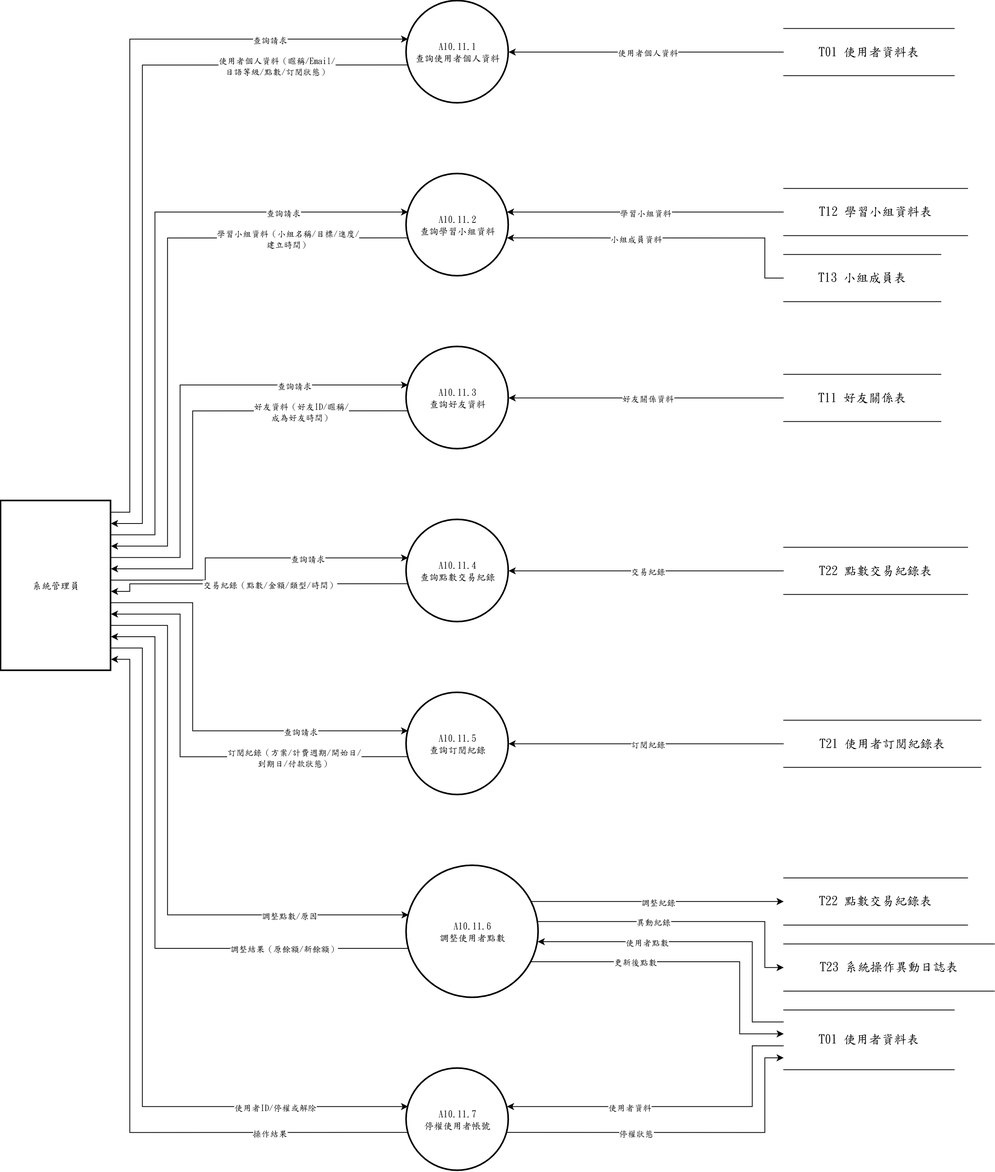
The draw.io diagram 系統文件/第6章/DFD圖/圖10/新/圖10.11.drawio.png in s22452007/115502, before a commit. Source tidied: cells renumbered, new cells last; positions are measured from the earlier drawing's top-left corner, leaving out a move shared by most shapes.
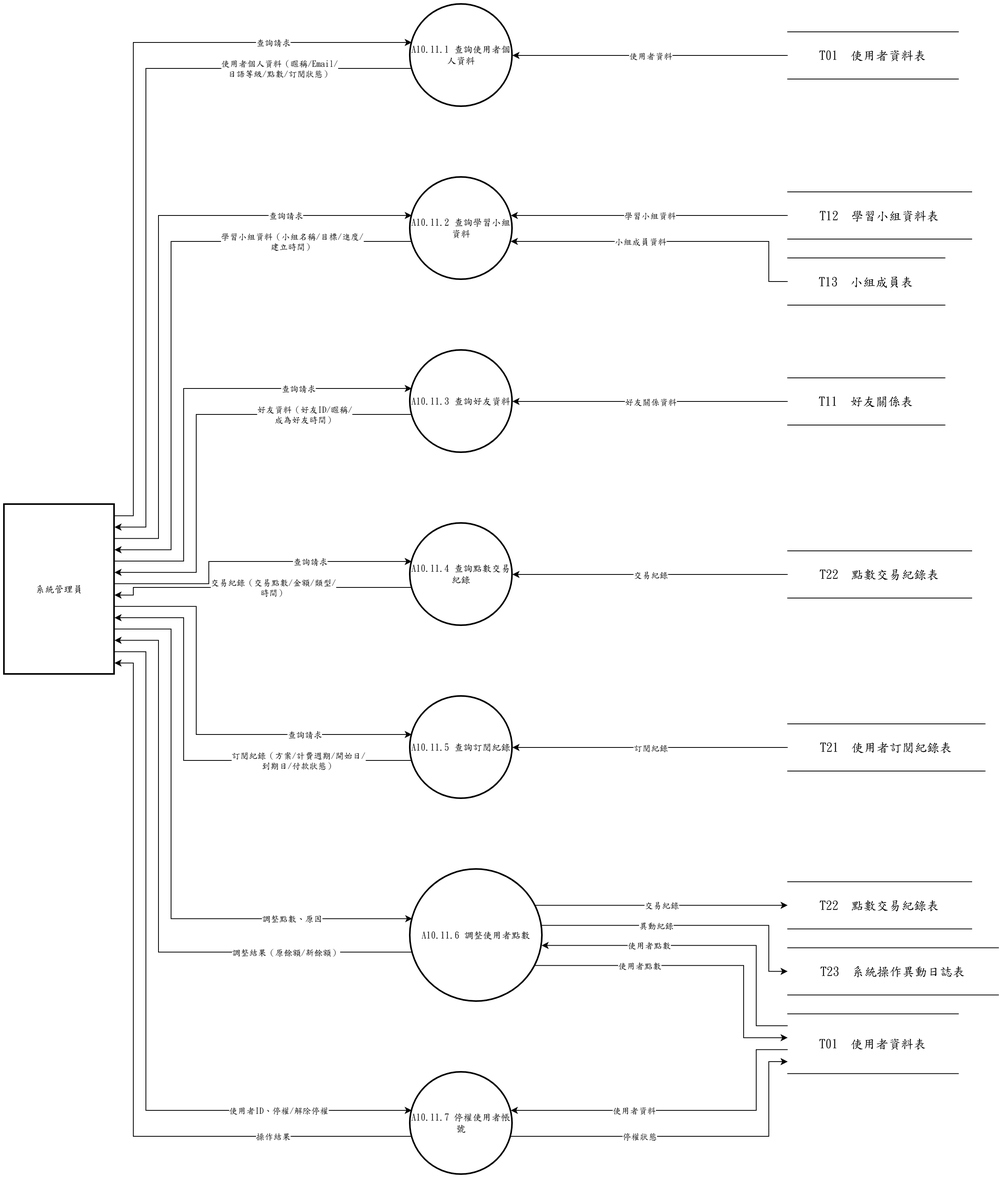
Above is the later version.

The edit, as a diff of the source:
```diff
@@ -2,55 +2,55 @@
   <root>
     <mxCell id="0" />
     <mxCell id="1" parent="0" />
-    <mxCell id="2" value="A10.11.1&lt;br&gt;查詢使用者個人資料" style="ellipse;strokeWidth=2;whiteSpace=wrap;html=1;fontFamily=標楷體;" parent="1" vertex="1">
+    <mxCell id="2" value="A10.11.1 查詢使用者個人資料" style="ellipse;strokeWidth=2;whiteSpace=wrap;html=1;fontFamily=標楷體;" parent="1" vertex="1">
       <mxGeometry x="516" width="130" height="130" as="geometry" />
     </mxCell>
-    <mxCell id="3" value="A10.11.2&lt;br&gt;查詢學習小組資料" style="ellipse;strokeWidth=2;whiteSpace=wrap;html=1;fontFamily=標楷體;" parent="1" vertex="1">
+    <mxCell id="3" value="A10.11.2 查詢學習小組資料" style="ellipse;strokeWidth=2;whiteSpace=wrap;html=1;fontFamily=標楷體;" parent="1" vertex="1">
       <mxGeometry x="516" y="220" width="130" height="130" as="geometry" />
     </mxCell>
-    <mxCell id="4" value="A10.11.3&lt;br&gt;查詢好友資料" style="ellipse;strokeWidth=2;whiteSpace=wrap;html=1;fontFamily=標楷體;" parent="1" vertex="1">
+    <mxCell id="4" value="A10.11.3 查詢好友資料" style="ellipse;strokeWidth=2;whiteSpace=wrap;html=1;fontFamily=標楷體;" parent="1" vertex="1">
       <mxGeometry x="516" y="440" width="130" height="130" as="geometry" />
     </mxCell>
-    <mxCell id="5" value="A10.11.4&lt;br&gt;查詢點數交易紀錄" style="ellipse;strokeWidth=2;whiteSpace=wrap;html=1;fontFamily=標楷體;" parent="1" vertex="1">
+    <mxCell id="5" value="A10.11.4 查詢點數交易紀錄" style="ellipse;strokeWidth=2;whiteSpace=wrap;html=1;fontFamily=標楷體;" parent="1" vertex="1">
       <mxGeometry x="516" y="660" width="130" height="130" as="geometry" />
     </mxCell>
-    <mxCell id="6" value="A10.11.5&lt;br&gt;查詢訂閱紀錄" style="ellipse;strokeWidth=2;whiteSpace=wrap;html=1;fontFamily=標楷體;" parent="1" vertex="1">
+    <mxCell id="6" value="A10.11.5 查詢訂閱紀錄" style="ellipse;strokeWidth=2;whiteSpace=wrap;html=1;fontFamily=標楷體;" parent="1" vertex="1">
       <mxGeometry x="516" y="880" width="130" height="130" as="geometry" />
     </mxCell>
-    <mxCell id="7" value="A10.11.6&lt;br&gt;調整使用者點數" style="ellipse;strokeWidth=2;whiteSpace=wrap;html=1;fontFamily=標楷體;" parent="1" vertex="1">
+    <mxCell id="7" value="A10.11.6 調整使用者點數" style="ellipse;strokeWidth=2;whiteSpace=wrap;html=1;fontFamily=標楷體;" parent="1" vertex="1">
       <mxGeometry x="516" y="1100" width="168" height="168" as="geometry" />
     </mxCell>
-    <mxCell id="8" value="A10.11.7&lt;br&gt;停權使用者帳號" style="ellipse;strokeWidth=2;whiteSpace=wrap;html=1;fontFamily=標楷體;" parent="1" vertex="1">
+    <mxCell id="8" value="A10.11.7 停權使用者帳號" style="ellipse;strokeWidth=2;whiteSpace=wrap;html=1;fontFamily=標楷體;" parent="1" vertex="1">
       <mxGeometry x="516" y="1358" width="130" height="130" as="geometry" />
     </mxCell>
     <mxCell id="9" value="系統管理員" style="whiteSpace=wrap;strokeWidth=2;html=1;fontFamily=標楷體;" parent="1" vertex="1">
       <mxGeometry y="636" width="140" height="216" as="geometry" />
     </mxCell>
-    <mxCell id="10" value="&lt;span lang=&quot;EN-US&quot; style=&quot;font-size: 12pt;&quot;&gt;T01&amp;nbsp;&lt;/span&gt;&lt;span style=&quot;font-size: 12pt;&quot;&gt;使用者資料表&lt;/span&gt;" style="shape=partialRectangle;whiteSpace=wrap;html=1;left=0;right=0;fontFamily=標楷體;fontSize=16;" parent="1" vertex="1">
+    <mxCell id="10" value="T01  使用者資料表" style="shape=partialRectangle;whiteSpace=wrap;html=1;left=0;right=0;fontFamily=標楷體;fontSize=16;" parent="1" vertex="1">
       <mxGeometry x="996" y="35" width="217" height="60" as="geometry" />
     </mxCell>
-    <mxCell id="11" value="&lt;span lang=&quot;EN-US&quot; style=&quot;font-size: 12pt;&quot;&gt;T12&amp;nbsp;&lt;/span&gt;&lt;span style=&quot;font-size: 12pt;&quot;&gt;學習小組資料表&lt;/span&gt;" style="shape=partialRectangle;whiteSpace=wrap;html=1;left=0;right=0;fontFamily=標楷體;fontSize=16;" parent="1" vertex="1">
+    <mxCell id="11" value="T12  學習小組資料表" style="shape=partialRectangle;whiteSpace=wrap;html=1;left=0;right=0;fontFamily=標楷體;fontSize=16;" parent="1" vertex="1">
       <mxGeometry x="996" y="238.5" width="234" height="60" as="geometry" />
     </mxCell>
-    <mxCell id="12" value="&lt;span lang=&quot;EN-US&quot; style=&quot;font-size: 12pt;&quot;&gt;T13&amp;nbsp;&lt;/span&gt;&lt;span style=&quot;font-size: 12pt;&quot;&gt;小組成員表&lt;/span&gt;" style="shape=partialRectangle;whiteSpace=wrap;html=1;left=0;right=0;fontFamily=標楷體;fontSize=16;" parent="1" vertex="1">
+    <mxCell id="12" value="T13  小組成員表" style="shape=partialRectangle;whiteSpace=wrap;html=1;left=0;right=0;fontFamily=標楷體;fontSize=16;" parent="1" vertex="1">
       <mxGeometry x="996" y="322.5" width="200" height="60" as="geometry" />
     </mxCell>
-    <mxCell id="13" value="&lt;span lang=&quot;EN-US&quot; style=&quot;font-size: 12pt;&quot;&gt;T11&amp;nbsp;&lt;/span&gt;&lt;span style=&quot;font-size: 12pt;&quot;&gt;好友關係表&lt;/span&gt;" style="shape=partialRectangle;whiteSpace=wrap;html=1;left=0;right=0;fontFamily=標楷體;fontSize=16;" parent="1" vertex="1">
+    <mxCell id="13" value="T11  好友關係表" style="shape=partialRectangle;whiteSpace=wrap;html=1;left=0;right=0;fontFamily=標楷體;fontSize=16;" parent="1" vertex="1">
       <mxGeometry x="996" y="475" width="200" height="60" as="geometry" />
     </mxCell>
-    <mxCell id="14" value="&lt;span lang=&quot;EN-US&quot; style=&quot;font-size: 12pt;&quot;&gt;T22&amp;nbsp;&lt;/span&gt;&lt;span style=&quot;font-size: 12pt;&quot;&gt;點數交易紀錄表&lt;/span&gt;" style="shape=partialRectangle;whiteSpace=wrap;html=1;left=0;right=0;fontFamily=標楷體;fontSize=16;" parent="1" vertex="1">
+    <mxCell id="14" value="T22  點數交易紀錄表" style="shape=partialRectangle;whiteSpace=wrap;html=1;left=0;right=0;fontFamily=標楷體;fontSize=16;" parent="1" vertex="1">
       <mxGeometry x="996" y="695" width="234" height="60" as="geometry" />
     </mxCell>
-    <mxCell id="15" value="&lt;span lang=&quot;EN-US&quot; style=&quot;font-size: 12pt;&quot;&gt;T21&amp;nbsp;&lt;/span&gt;&lt;span style=&quot;font-size: 12pt;&quot;&gt;使用者訂閱紀錄表&lt;/span&gt;" style="shape=partialRectangle;whiteSpace=wrap;html=1;left=0;right=0;fontFamily=標楷體;fontSize=16;" parent="1" vertex="1">
+    <mxCell id="15" value="T21  使用者訂閱紀錄表" style="shape=partialRectangle;whiteSpace=wrap;html=1;left=0;right=0;fontFamily=標楷體;fontSize=16;" parent="1" vertex="1">
       <mxGeometry x="996" y="915" width="251" height="60" as="geometry" />
     </mxCell>
-    <mxCell id="16" value="&lt;span lang=&quot;EN-US&quot; style=&quot;font-size: 12pt;&quot;&gt;T22&amp;nbsp;&lt;/span&gt;&lt;span style=&quot;font-size: 12pt;&quot;&gt;點數交易紀錄表&lt;/span&gt;" style="shape=partialRectangle;whiteSpace=wrap;html=1;left=0;right=0;fontFamily=標楷體;fontSize=16;" parent="1" vertex="1">
+    <mxCell id="16" value="T22  點數交易紀錄表" style="shape=partialRectangle;whiteSpace=wrap;html=1;left=0;right=0;fontFamily=標楷體;fontSize=16;" parent="1" vertex="1">
       <mxGeometry x="996" y="1115.7" width="234" height="60" as="geometry" />
     </mxCell>
-    <mxCell id="17" value="&lt;span lang=&quot;EN-US&quot; style=&quot;font-size: 12pt;&quot;&gt;T23&amp;nbsp;&lt;/span&gt;&lt;span style=&quot;font-size: 12pt;&quot;&gt;系統操作異動日誌表&lt;/span&gt;" style="shape=partialRectangle;whiteSpace=wrap;html=1;left=0;right=0;fontFamily=標楷體;fontSize=16;" parent="1" vertex="1">
+    <mxCell id="17" value="T23  系統操作異動日誌表" style="shape=partialRectangle;whiteSpace=wrap;html=1;left=0;right=0;fontFamily=標楷體;fontSize=16;" parent="1" vertex="1">
       <mxGeometry x="996" y="1199.7" width="268" height="60" as="geometry" />
     </mxCell>
-    <mxCell id="18" value="&lt;span lang=&quot;EN-US&quot; style=&quot;font-size: 12pt;&quot;&gt;T01&amp;nbsp;&lt;/span&gt;&lt;span style=&quot;font-size: 12pt;&quot;&gt;使用者資料表&lt;/span&gt;" style="shape=partialRectangle;whiteSpace=wrap;html=1;left=0;right=0;fontFamily=標楷體;fontSize=16;" parent="1" vertex="1">
+    <mxCell id="18" value="T01  使用者資料表" style="shape=partialRectangle;whiteSpace=wrap;html=1;left=0;right=0;fontFamily=標楷體;fontSize=16;" parent="1" vertex="1">
       <mxGeometry x="996" y="1283.7" width="217" height="76" as="geometry" />
     </mxCell>
     <mxCell id="19" style="edgeStyle=none;rounded=0;html=1;fontFamily=標楷體;endArrow=classic;exitX=1.0000;exitY=0.0667;exitDx=0;exitDy=0;exitPerimeter=0;entryX=0.0163;entryY=0.3733;entryDx=0;entryDy=0;entryPerimeter=0;" parent="1" edge="1" source="9" target="2">
@@ -67,7 +67,7 @@
     <mxCell id="21" style="edgeStyle=none;rounded=0;html=1;fontFamily=標楷體;endArrow=classic;exitX=0.0000;exitY=0.5000;exitDx=0;exitDy=0;exitPerimeter=0;entryX=1.0000;entryY=0.5000;entryDx=0;entryDy=0;entryPerimeter=0;" parent="1" edge="1" source="10" target="2">
       <mxGeometry relative="1" as="geometry" />
     </mxCell>
-    <mxCell id="22" value="使用者個人資料" style="edgeLabel;html=1;align=center;verticalAlign=middle;fontFamily=標楷體;" parent="21" vertex="1">
+    <mxCell id="22" value="使用者資料" style="edgeLabel;html=1;align=center;verticalAlign=middle;fontFamily=標楷體;" parent="21" vertex="1">
       <mxGeometry relative="1" as="geometry" />
     </mxCell>
     <mxCell id="23" style="edgeStyle=none;rounded=0;html=1;fontFamily=標楷體;endArrow=classic;exitX=0.0163;exitY=0.6267;exitDx=0;exitDy=0;exitPerimeter=0;entryX=1.0000;entryY=0.1333;entryDx=0;entryDy=0;entryPerimeter=0;" parent="1" edge="1" source="2" target="9">
@@ -92,22 +92,22 @@
     <mxCell id="26" value="查詢請求" style="edgeLabel;html=1;align=center;verticalAlign=middle;fontFamily=標楷體;" parent="25" vertex="1">
       <mxGeometry x="0.59" relative="1" as="geometry" />
     </mxCell>
-    <mxCell id="27" style="edgeStyle=none;rounded=0;html=1;fontFamily=標楷體;endArrow=classic;exitX=0.0000;exitY=0.5000;exitDx=0;exitDy=0;exitPerimeter=0;entryX=0.9837;entryY=0.6267;entryDx=0;entryDy=0;entryPerimeter=0;" parent="1" edge="1" source="12" target="3">
-      <mxGeometry relative="1" as="geometry">
-        <Array as="points">
-          <mxPoint x="972" y="352.5" />
-          <mxPoint x="972" y="301.5" />
-        </Array>
-      </mxGeometry>
+    <mxCell id="27" style="edgeStyle=none;rounded=0;html=1;fontFamily=標楷體;endArrow=classic;exitX=0.0000;exitY=0.5000;exitDx=0;exitDy=0;exitPerimeter=0;entryX=0.9837;entryY=0.3733;entryDx=0;entryDy=0;entryPerimeter=0;" parent="1" edge="1" source="11" target="3">
+      <mxGeometry relative="1" as="geometry" />
     </mxCell>
-    <mxCell id="28" value="小組成員資料" style="edgeLabel;html=1;align=center;verticalAlign=middle;fontFamily=標楷體;" parent="27" vertex="1">
-      <mxGeometry x="0.19" relative="1" as="geometry" />
+    <mxCell id="28" value="學習小組資料" style="edgeLabel;html=1;align=center;verticalAlign=middle;fontFamily=標楷體;" parent="27" vertex="1">
+      <mxGeometry relative="1" as="geometry" />
     </mxCell>
-    <mxCell id="29" style="edgeStyle=none;rounded=0;html=1;fontFamily=標楷體;endArrow=classic;exitX=0.0000;exitY=0.5000;exitDx=0;exitDy=0;exitPerimeter=0;entryX=0.9837;entryY=0.3733;entryDx=0;entryDy=0;entryPerimeter=0;" parent="1" edge="1" source="11" target="3">
-      <mxGeometry relative="1" as="geometry" />
+    <mxCell id="29" style="edgeStyle=none;rounded=0;html=1;fontFamily=標楷體;endArrow=classic;exitX=0.0000;exitY=0.5000;exitDx=0;exitDy=0;exitPerimeter=0;entryX=0.9837;entryY=0.6267;entryDx=0;entryDy=0;entryPerimeter=0;" parent="1" edge="1" source="12" target="3">
+      <mxGeometry relative="1" as="geometry">
+        <Array as="points">
+          <mxPoint x="972" y="352.5" />
+          <mxPoint x="972" y="301.5" />
+        </Array>
+      </mxGeometry>
     </mxCell>
-    <mxCell id="30" value="學習小組資料" style="edgeLabel;html=1;align=center;verticalAlign=middle;fontFamily=標楷體;" parent="29" vertex="1">
-      <mxGeometry relative="1" as="geometry" />
+    <mxCell id="30" value="小組成員資料" style="edgeLabel;html=1;align=center;verticalAlign=middle;fontFamily=標楷體;" parent="29" vertex="1">
+      <mxGeometry x="0.19" relative="1" as="geometry" />
     </mxCell>
     <mxCell id="31" style="edgeStyle=none;rounded=0;html=1;fontFamily=標楷體;endArrow=classic;exitX=0.0163;exitY=0.6267;exitDx=0;exitDy=0;exitPerimeter=0;entryX=1.0000;entryY=0.2667;entryDx=0;entryDy=0;entryPerimeter=0;" parent="1" edge="1" source="3" target="9">
       <mxGeometry relative="1" as="geometry">
@@ -173,7 +173,7 @@
         </Array>
       </mxGeometry>
     </mxCell>
-    <mxCell id="44" value="交易紀錄（點數/金額/類型/時間）" style="edgeLabel;html=1;align=center;verticalAlign=middle;fontFamily=標楷體;" parent="43" vertex="1">
+    <mxCell id="44" value="交易紀錄（交易點數/金額/類型/&lt;br&gt;時間）" style="edgeLabel;html=1;align=center;verticalAlign=middle;fontFamily=標楷體;" parent="43" vertex="1">
       <mxGeometry x="-0.09" relative="1" as="geometry" />
     </mxCell>
     <mxCell id="45" style="edgeStyle=none;rounded=0;html=1;fontFamily=標楷體;endArrow=classic;exitX=1.0000;exitY=0.6000;exitDx=0;exitDy=0;exitPerimeter=0;entryX=0.0163;entryY=0.3733;entryDx=0;entryDy=0;entryPerimeter=0;" parent="1" edge="1" source="9" target="6">
@@ -212,7 +212,7 @@
         </Array>
       </mxGeometry>
     </mxCell>
-    <mxCell id="52" value="調整點數/原因" style="edgeLabel;html=1;align=center;verticalAlign=middle;fontFamily=標楷體;" parent="51" vertex="1">
+    <mxCell id="52" value="調整點數、原因" style="edgeLabel;html=1;align=center;verticalAlign=middle;fontFamily=標楷體;" parent="51" vertex="1">
       <mxGeometry x="0.59" relative="1" as="geometry" />
     </mxCell>
     <mxCell id="53" style="edgeStyle=none;rounded=0;html=1;fontFamily=標楷體;endArrow=classic;exitX=0.0000;exitY=0.2000;exitDx=0;exitDy=0;exitPerimeter=0;entryX=0.9942;entryY=0.5760;entryDx=0;entryDy=0;entryPerimeter=0;" parent="1" edge="1" source="18" target="7">
@@ -245,13 +245,13 @@
         </Array>
       </mxGeometry>
     </mxCell>
-    <mxCell id="58" value="更新後點數" style="edgeLabel;html=1;align=center;verticalAlign=middle;fontFamily=標楷體;" parent="57" vertex="1">
+    <mxCell id="58" value="使用者點數" style="edgeLabel;html=1;align=center;verticalAlign=middle;fontFamily=標楷體;" parent="57" vertex="1">
       <mxGeometry x="-0.36" relative="1" as="geometry" />
     </mxCell>
     <mxCell id="59" style="edgeStyle=none;rounded=0;html=1;fontFamily=標楷體;endArrow=classic;exitX=0.9450;exitY=0.2720;exitDx=0;exitDy=0;exitPerimeter=0;entryX=0.0000;entryY=0.5000;entryDx=0;entryDy=0;entryPerimeter=0;" parent="1" edge="1" source="7" target="16">
       <mxGeometry relative="1" as="geometry" />
     </mxCell>
-    <mxCell id="60" value="調整紀錄" style="edgeLabel;html=1;align=center;verticalAlign=middle;fontFamily=標楷體;" parent="59" vertex="1">
+    <mxCell id="60" value="交易紀錄" style="edgeLabel;html=1;align=center;verticalAlign=middle;fontFamily=標楷體;" parent="59" vertex="1">
       <mxGeometry relative="1" as="geometry" />
     </mxCell>
     <mxCell id="61" style="edgeStyle=none;rounded=0;html=1;fontFamily=標楷體;endArrow=classic;exitX=0.9942;exitY=0.4240;exitDx=0;exitDy=0;exitPerimeter=0;entryX=0.0000;entryY=0.5000;entryDx=0;entryDy=0;entryPerimeter=0;" parent="1" edge="1" source="7" target="17">
@@ -273,7 +273,7 @@
         </Array>
       </mxGeometry>
     </mxCell>
-    <mxCell id="64" value="使用者ID/停權或解除" style="edgeLabel;html=1;align=center;verticalAlign=middle;fontFamily=標楷體;" parent="63" vertex="1">
+    <mxCell id="64" value="使用者ID、停權/解除停權" style="edgeLabel;html=1;align=center;verticalAlign=middle;fontFamily=標楷體;" parent="63" vertex="1">
       <mxGeometry x="0.65" relative="1" as="geometry" />
     </mxCell>
     <mxCell id="65" style="edgeStyle=none;rounded=0;html=1;fontFamily=標楷體;endArrow=classic;exitX=0.0000;exitY=0.6000;exitDx=0;exitDy=0;exitPerimeter=0;entryX=0.9837;entryY=0.3733;entryDx=0;entryDy=0;entryPerimeter=0;" parent="1" edge="1" source="18" target="8">
```
